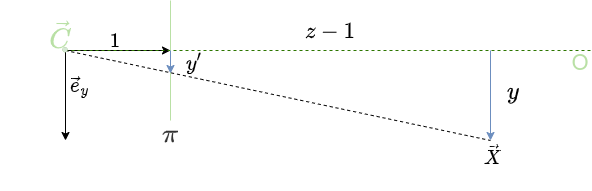
This is graphics/td_scene_yz.png from Myralllka/bachelor_thesis, a draw.io export, as it was before one commit. Source tidied: cells renumbered, new cells last; positions are measured from the earlier drawing's top-left corner, leaving out a move shared by most shapes.
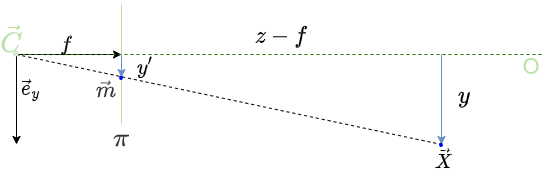
The same file after the commit.

What changed in the source:
```diff
@@ -40,10 +40,10 @@
     <mxCell id="10" value="&lt;span style=&quot;color: rgb(51 , 51 , 51) ; font-family: &amp;#34;helvetica&amp;#34; ; font-size: 22px ; font-style: normal ; font-weight: 400 ; letter-spacing: normal ; text-align: center ; text-indent: 0px ; text-transform: none ; word-spacing: 0px ; background-color: rgb(255 , 255 , 255) ; display: inline ; float: none&quot;&gt;$$\pi$$&lt;/span&gt;" style="text;html=1;strokeColor=none;fillColor=none;align=center;verticalAlign=middle;whiteSpace=wrap;rounded=0;sketch=0;fontSize=13;fontColor=#000000;" parent="1" vertex="1">
       <mxGeometry x="90" y="120" width="60" height="30" as="geometry" />
     </mxCell>
-    <mxCell id="11" value="&lt;font style=&quot;font-size: 16px&quot;&gt;$$1$$&lt;/font&gt;" style="text;html=1;strokeColor=none;fillColor=none;align=center;verticalAlign=middle;whiteSpace=wrap;rounded=0;sketch=0;fontSize=13;fontColor=#000000;" parent="1" vertex="1">
+    <mxCell id="11" value="&lt;font style=&quot;font-size: 16px&quot;&gt;$$f$$&lt;/font&gt;" style="text;html=1;strokeColor=none;fillColor=none;align=center;verticalAlign=middle;whiteSpace=wrap;rounded=0;sketch=0;fontSize=13;fontColor=#000000;" parent="1" vertex="1">
       <mxGeometry x="35" y="25.5" width="60" height="30" as="geometry" />
     </mxCell>
-    <mxCell id="12" value="&lt;font style=&quot;font-size: 18px&quot;&gt;$$z-1$$&lt;/font&gt;" style="text;html=1;strokeColor=none;fillColor=none;align=center;verticalAlign=middle;whiteSpace=wrap;rounded=0;sketch=0;fontSize=13;fontColor=#000000;" parent="1" vertex="1">
+    <mxCell id="12" value="&lt;font style=&quot;font-size: 18px&quot;&gt;$$z-f$$&lt;/font&gt;" style="text;html=1;strokeColor=none;fillColor=none;align=center;verticalAlign=middle;whiteSpace=wrap;rounded=0;sketch=0;fontSize=13;fontColor=#000000;" parent="1" vertex="1">
       <mxGeometry x="250" y="16.8" width="60" height="30" as="geometry" />
     </mxCell>
     <mxCell id="13" style="endArrow=classic;html=1;rounded=0;fontSize=13;fontColor=#000000;strokeColor=#6c8ebf;strokeWidth=1;jumpSize=6;fillColor=#dae8fc;" parent="1" edge="1">
@@ -73,5 +73,14 @@
     <mxCell id="18" style="ellipse;whiteSpace=wrap;html=1;sketch=0;fontSize=24;strokeWidth=0;fillColor=#d5e8d4;strokeColor=#82b366;" parent="1" vertex="1">
       <mxGeometry x="12" y="46.8" width="5" height="5" as="geometry" />
     </mxCell>
+    <mxCell id="19" value="&lt;pre&gt;.&lt;/pre&gt;" style="text;html=1;strokeColor=none;fillColor=none;align=center;verticalAlign=middle;whiteSpace=wrap;rounded=0;fontSize=30;fontColor=#0000FF;" parent="1" vertex="1">
+      <mxGeometry x="105" y="49" width="30" height="30" as="geometry" />
+    </mxCell>
+    <mxCell id="20" value="&lt;pre&gt;.&lt;/pre&gt;" style="text;html=1;strokeColor=none;fillColor=none;align=center;verticalAlign=middle;whiteSpace=wrap;rounded=0;fontSize=30;fontColor=#0000FF;" parent="1" vertex="1">
+      <mxGeometry x="425" y="116.5" width="30" height="30" as="geometry" />
+    </mxCell>
+    <mxCell id="21" value="&lt;span style=&quot;color: rgb(51, 51, 51); font-family: helvetica; font-style: normal; font-weight: 400; letter-spacing: normal; text-align: center; text-indent: 0px; text-transform: none; word-spacing: 0px; background-color: rgb(255, 255, 255); display: inline; float: none;&quot;&gt;&lt;font style=&quot;font-size: 19px;&quot;&gt;$$\vec{m}$$&lt;/font&gt;&lt;/span&gt;" style="text;html=1;strokeColor=none;fillColor=none;align=center;verticalAlign=middle;whiteSpace=wrap;rounded=0;sketch=0;fontSize=13;fontColor=#000000;" parent="1" vertex="1">
+      <mxGeometry x="75" y="71.5" width="60" height="30" as="geometry" />
+    </mxCell>
   </root>
 </mxGraphModel>
```
